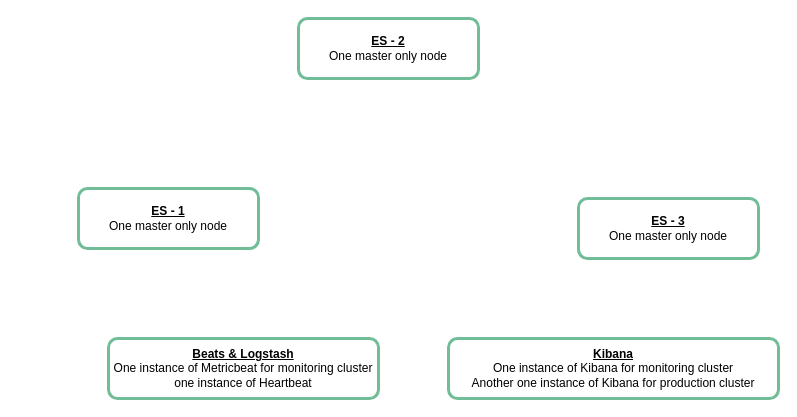
This is page "Current Client" (13 of 13) of My Articles/elastic stack/ElasticSearch Administration.drawio from paramothers/books, a draw.io file, before an edit. Source tidied: cells renumbered, new cells numbered last; positions are measured from the earlier drawing's top-left corner, leaving out a move shared by most shapes. Both pictures are drawn from the tidied source at 100%, with x=0, y=0 at pixel (78, 18).
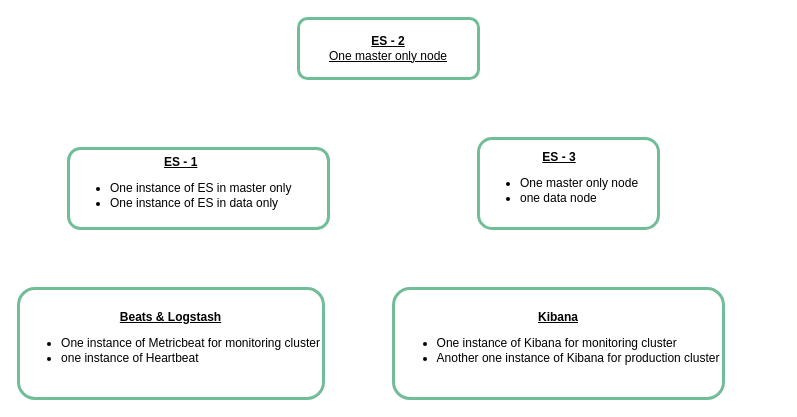
The same page after the edit.

The edit, as a diff of the source:
```diff
@@
 <mxGraphModel>
   <root>
     <mxCell id="0" />
     <mxCell id="1" parent="0" />
-    <mxCell id="2" value="&lt;b&gt;&lt;u&gt;ES - 1&lt;/u&gt;&lt;/b&gt;&lt;br&gt;One master only node" style="rounded=1;whiteSpace=wrap;html=1;strokeColor=#71BD97;strokeWidth=3;" parent="1" vertex="1">
-      <mxGeometry y="170" width="180" height="60" as="geometry" />
+    <mxCell id="2" value="&lt;div style=&quot;text-align: center&quot;&gt;&lt;b&gt;&lt;u&gt;ES - 1&lt;/u&gt;&lt;/b&gt;&lt;/div&gt;&lt;div&gt;&lt;ul&gt;&lt;li&gt;&lt;span&gt;One instance of ES in master only&lt;/span&gt;&lt;/li&gt;&lt;li&gt;&lt;span&gt;One instance of ES in data only&lt;/span&gt;&lt;/li&gt;&lt;/ul&gt;&lt;/div&gt;" style="rounded=1;whiteSpace=wrap;html=1;strokeColor=#71BD97;strokeWidth=3;align=left;" parent="1" vertex="1">
+      <mxGeometry x="-10" y="130" width="260" height="80" as="geometry" />
     </mxCell>
-    <mxCell id="3" value="&lt;b&gt;&lt;u&gt;ES - 2&lt;/u&gt;&lt;/b&gt;&lt;br&gt;One master only node" style="rounded=1;whiteSpace=wrap;html=1;strokeColor=#71BD97;strokeWidth=3;" parent="1" vertex="1">
+    <mxCell id="3" value="&lt;b&gt;&lt;u&gt;ES - 2&lt;br&gt;&lt;div style=&quot;text-align: left&quot;&gt;&lt;span style=&quot;font-weight: normal&quot;&gt;One master only node&lt;/span&gt;&lt;/div&gt;&lt;/u&gt;&lt;/b&gt;" style="rounded=1;whiteSpace=wrap;html=1;strokeColor=#71BD97;strokeWidth=3;" parent="1" vertex="1">
       <mxGeometry x="220" width="180" height="60" as="geometry" />
     </mxCell>
-    <mxCell id="4" value="&lt;b&gt;&lt;u&gt;ES - 3&lt;/u&gt;&lt;/b&gt;&lt;br&gt;One master only node" style="rounded=1;whiteSpace=wrap;html=1;strokeColor=#71BD97;strokeWidth=3;" parent="1" vertex="1">
-      <mxGeometry x="500" y="180" width="180" height="60" as="geometry" />
+    <mxCell id="4" value="&lt;div style=&quot;text-align: center&quot;&gt;&lt;b&gt;&lt;u&gt;ES - 3&lt;/u&gt;&lt;/b&gt;&lt;/div&gt;&lt;ul&gt;&lt;li&gt;One master only node&lt;/li&gt;&lt;li&gt;one data node&lt;/li&gt;&lt;/ul&gt;" style="rounded=1;whiteSpace=wrap;html=1;strokeColor=#71BD97;strokeWidth=3;align=left;" parent="1" vertex="1">
+      <mxGeometry x="400" y="120" width="180" height="90" as="geometry" />
     </mxCell>
-    <mxCell id="5" value="&lt;b&gt;&lt;u&gt;Beats &amp;amp; Logstash&lt;/u&gt;&lt;/b&gt;&lt;br&gt;One instance of Metricbeat for monitoring cluster&lt;br&gt;one instance of Heartbeat" style="rounded=1;whiteSpace=wrap;html=1;strokeColor=#71BD97;strokeWidth=3;" parent="1" vertex="1">
-      <mxGeometry x="30" y="320" width="270" height="60" as="geometry" />
+    <mxCell id="5" value="&lt;b&gt;&lt;u&gt;Beats &amp;amp; Logstash&lt;/u&gt;&lt;/b&gt;&lt;br&gt;&lt;ul&gt;&lt;li style=&quot;text-align: left&quot;&gt;One instance of Metricbeat for monitoring cluster&lt;/li&gt;&lt;li style=&quot;text-align: left&quot;&gt;one instance of Heartbeat&lt;/li&gt;&lt;/ul&gt;" style="rounded=1;whiteSpace=wrap;html=1;strokeColor=#71BD97;strokeWidth=3;" parent="1" vertex="1">
+      <mxGeometry x="-60" y="270" width="305" height="110" as="geometry" />
     </mxCell>
-    <mxCell id="6" value="&lt;b&gt;&lt;u&gt;Kibana&lt;/u&gt;&lt;/b&gt;&lt;br&gt;One instance of Kibana for monitoring cluster&lt;br&gt;Another one instance of Kibana for production cluster" style="rounded=1;whiteSpace=wrap;html=1;strokeColor=#71BD97;strokeWidth=3;" parent="1" vertex="1">
-      <mxGeometry x="370" y="320" width="330" height="60" as="geometry" />
+    <mxCell id="6" value="&lt;b&gt;&lt;u&gt;Kibana&lt;/u&gt;&lt;/b&gt;&lt;br&gt;&lt;ul&gt;&lt;li style=&quot;text-align: left&quot;&gt;&lt;span&gt;One instance of Kibana for monitoring cluster&lt;/span&gt;&lt;/li&gt;&lt;li style=&quot;text-align: left&quot;&gt;&lt;span&gt;Another one instance of Kibana for production cluster&lt;/span&gt;&lt;/li&gt;&lt;/ul&gt;" style="rounded=1;whiteSpace=wrap;html=1;strokeColor=#71BD97;strokeWidth=3;" parent="1" vertex="1">
+      <mxGeometry x="315" y="270" width="330" height="110" as="geometry" />
     </mxCell>
   </root>
 </mxGraphModel>
```
